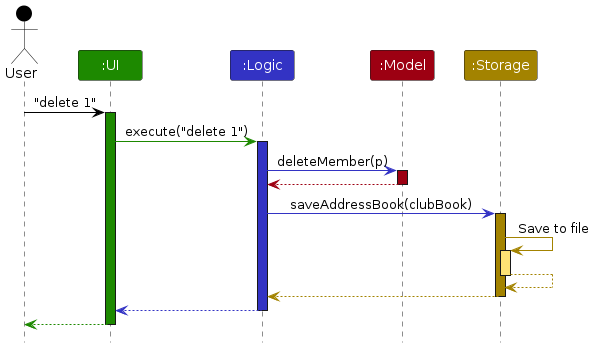
The PlantUML diagram diagrams/ArchitectureSequenceDiagram.png in AY2526S1-CS2103T-T11-3/tp, before a commit. Its source is kept beside it as diagrams/ArchitectureSequenceDiagram.puml.
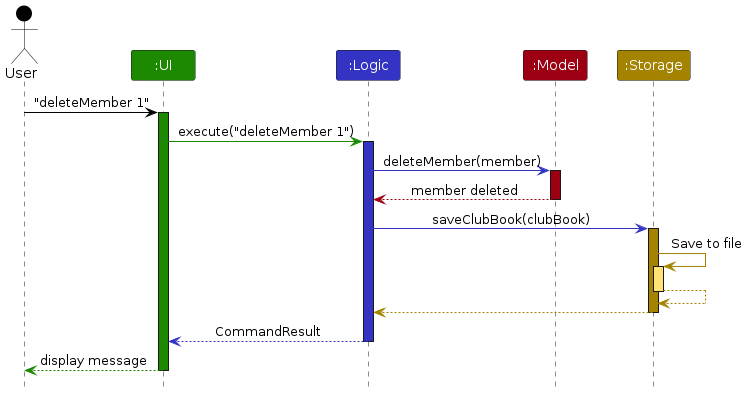
After the commit.

Diff of the diagram source:
```diff
@@ -8,19 +8,19 @@
 Participant ":Model" as model MODEL_COLOR
 Participant ":Storage" as storage STORAGE_COLOR
 
-user -[USER_COLOR]> ui : "delete 1"
+user -[USER_COLOR]> ui : "deleteMember 1"
 activate ui UI_COLOR
 
-ui -[UI_COLOR]> logic : execute("delete 1")
+ui -[UI_COLOR]> logic : execute("deleteMember 1")
 activate logic LOGIC_COLOR
 
-logic -[LOGIC_COLOR]> model : deleteMember(p)
+logic -[LOGIC_COLOR]> model : deleteMember(member)
 activate model MODEL_COLOR
 
-model -[MODEL_COLOR]-> logic
+model -[MODEL_COLOR]-> logic : member deleted
 deactivate model
 
-logic -[LOGIC_COLOR]> storage : saveAddressBook(clubBook)
+logic -[LOGIC_COLOR]> storage : saveClubBook(clubBook)
 activate storage STORAGE_COLOR
 
 storage -[STORAGE_COLOR]> storage : Save to file
@@ -31,9 +31,9 @@
 storage --[STORAGE_COLOR]> logic
 deactivate storage
 
-logic --[LOGIC_COLOR]> ui
+logic --[LOGIC_COLOR]> ui : CommandResult
 deactivate logic
 
-ui--[UI_COLOR]> user
+ui--[UI_COLOR]> user : display message
 deactivate ui
 @enduml
```
